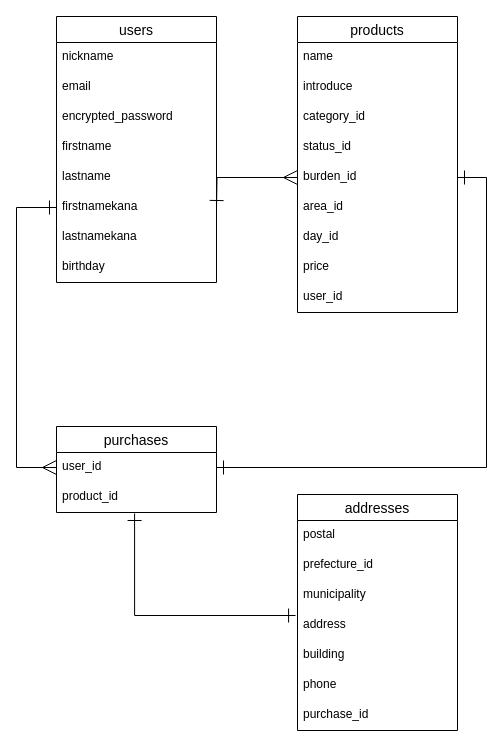
Above: ERpic.dio in masu1031/furima-35551 (draw.io), before the change. Source tidied: cells renumbered, new cells numbered last; positions are measured from the earlier drawing's top-left corner, leaving out a move shared by most shapes. Both pictures are drawn from the tidied source at 100%, with x=0, y=0 at pixel (16, 16).
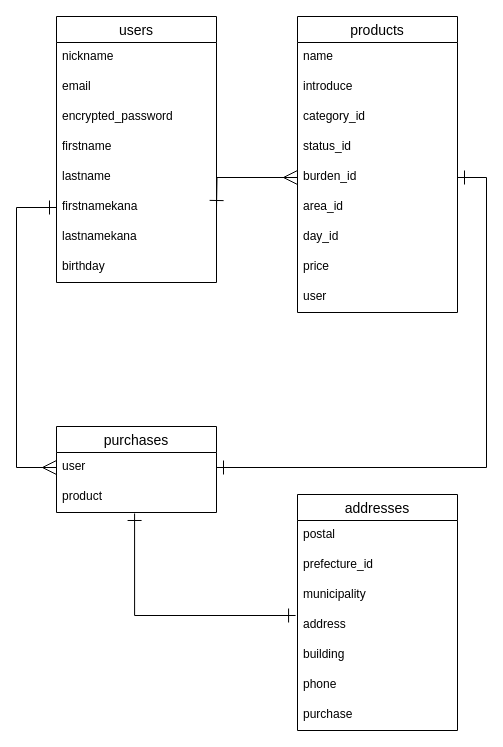
The same diagram, later.

Commit message (it also covers changes not shown here):
データベース設計　直し４

fix：
reference型のカラム名から_idを削除
READMEおよびER図を修正

Unchanged cells that the change refers to:
```xml
<mxCell id="11" value="products" style="swimlane;fontStyle=0;horizontal=1;startSize=26;align=center;fontSize=14;" parent="1" vertex="1">
  <mxGeometry x="281" width="160" height="296" as="geometry" />
</mxCell>
<mxCell id="21" value="purchases" style="swimlane;fontStyle=0;horizontal=1;startSize=26;align=center;fontSize=14;" parent="1" vertex="1">
  <mxGeometry x="40" y="410" width="160" height="86" as="geometry" />
</mxCell>
<mxCell id="27" value="addresses" style="swimlane;fontStyle=0;horizontal=1;startSize=26;align=center;fontSize=14;" parent="1" vertex="1">
  <mxGeometry x="281" y="478" width="160" height="236" as="geometry" />
</mxCell>
```

Change to the diagram source:
```diff
@@
-    <mxCell id="20" value="user_id" style="text;strokeColor=none;fillColor=none;spacingLeft=4;spacingRight=4;overflow=hidden;fontSize=12;" parent="11" vertex="1">
+    <mxCell id="20" value="user" style="text;strokeColor=none;fillColor=none;spacingLeft=4;spacingRight=4;overflow=hidden;fontSize=12;" parent="11" vertex="1">
       <mxGeometry y="266" width="160" height="30" as="geometry" />
     </mxCell>
@@
-    <mxCell id="22" value="user_id" style="text;strokeColor=none;fillColor=none;spacingLeft=4;spacingRight=4;overflow=hidden;fontSize=12;" parent="21" vertex="1">
+    <mxCell id="22" value="user" style="text;strokeColor=none;fillColor=none;spacingLeft=4;spacingRight=4;overflow=hidden;fontSize=12;" parent="21" vertex="1">
       <mxGeometry y="26" width="160" height="30" as="geometry" />
     </mxCell>
-    <mxCell id="23" value="product_id" style="text;strokeColor=none;fillColor=none;spacingLeft=4;spacingRight=4;overflow=hidden;points=[[0,0.5],[1,0.5]];portConstraint=eastwest;fontSize=12;" parent="21" vertex="1">
+    <mxCell id="23" value="product" style="text;strokeColor=none;fillColor=none;spacingLeft=4;spacingRight=4;overflow=hidden;points=[[0,0.5],[1,0.5]];portConstraint=eastwest;fontSize=12;" parent="21" vertex="1">
       <mxGeometry y="56" width="160" height="30" as="geometry" />
     </mxCell>
@@
-    <mxCell id="34" value="purchase_id" style="text;strokeColor=none;fillColor=none;spacingLeft=4;spacingRight=4;overflow=hidden;fontSize=12;" parent="27" vertex="1">
+    <mxCell id="34" value="purchase" style="text;strokeColor=none;fillColor=none;spacingLeft=4;spacingRight=4;overflow=hidden;fontSize=12;" parent="27" vertex="1">
       <mxGeometry y="206" width="160" height="30" as="geometry" />
     </mxCell>
```
